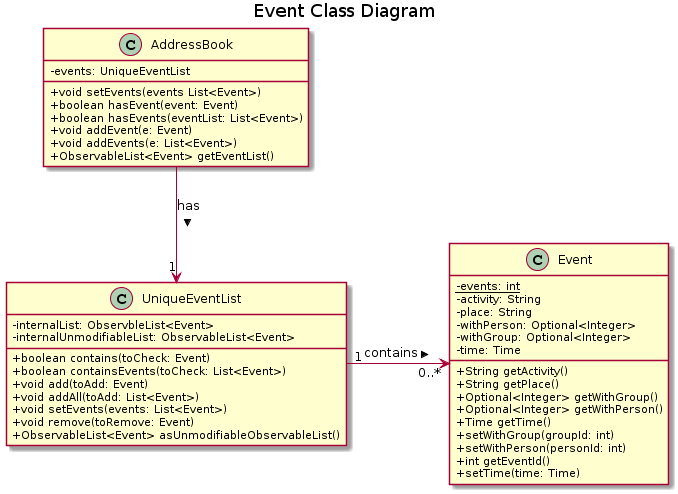
Before: docs/images/EventClassDiagram.png, a diagram exported from PlantUML (terencemah/main).
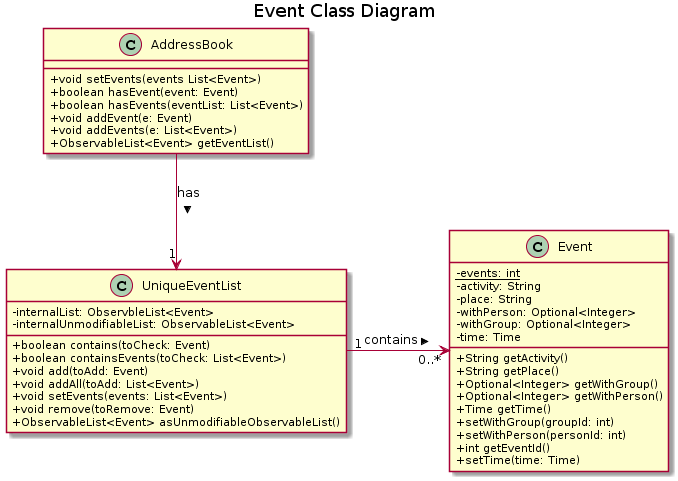
Later version of the same file.

Diff of the diagram source:
```diff
@@ -3,7 +3,6 @@
 title Event Class Diagram
 
 class AddressBook {
--events: UniqueEventList
 
 +void setEvents(events List<Event>)
 +boolean hasEvent(event: Event)
```
